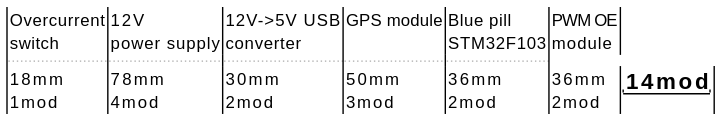
Above: circuit/din-placement.svg in Jblew/ingarden (PlantUML), before the change. The source it was exported from:
```plantuml
@startsalt din-placement
{!
  {Overcurrent
  switch} |
  {12V
  power supply} |
  {12V->5V USB
  converter} |
  {GPS module} |
  {Blue pill
  STM32F103} |
  {PWM OE
  module}

  ... | ... | ... | ... | ...

  {18mm
  1mod} |
  {78mm
  4mod} |
  {30mm
  2mod} |
  {50mm
  3mod} |
  {36mm
  2mod} |
  {36mm
  2mod} |
  "= 14mod"


}
@endsalt
```
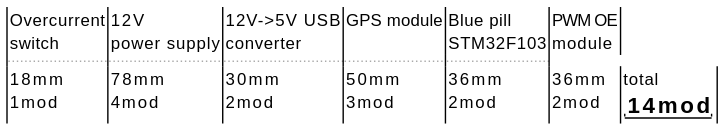
The same file after the commit.

Commit message:
feat: din placement

Change to the diagram source:
```diff
@@ -26,8 +26,9 @@
   2mod} |
   {36mm
   2mod} |
+  {total
   "= 14mod"
-
+  }
 
 }
 @endsalt
```
